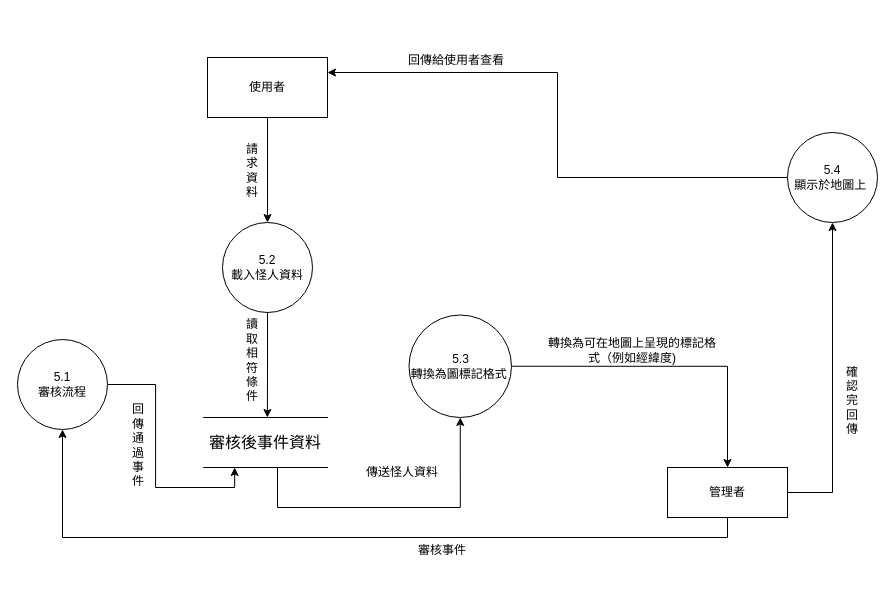
Sum5678/114502_project keeps this draw.io diagram as page "第 1 页" (1 of 4) of 文件/文件類圖/35ex圖五的副本.drawio. Above is the earlier version. Source tidied: cells renumbered, new cells numbered last; positions are measured from the earlier drawing's top-left corner, leaving out a move shared by most shapes. Both pictures are drawn from the tidied source at 100%, with x=0, y=0 at pixel (17, 17).
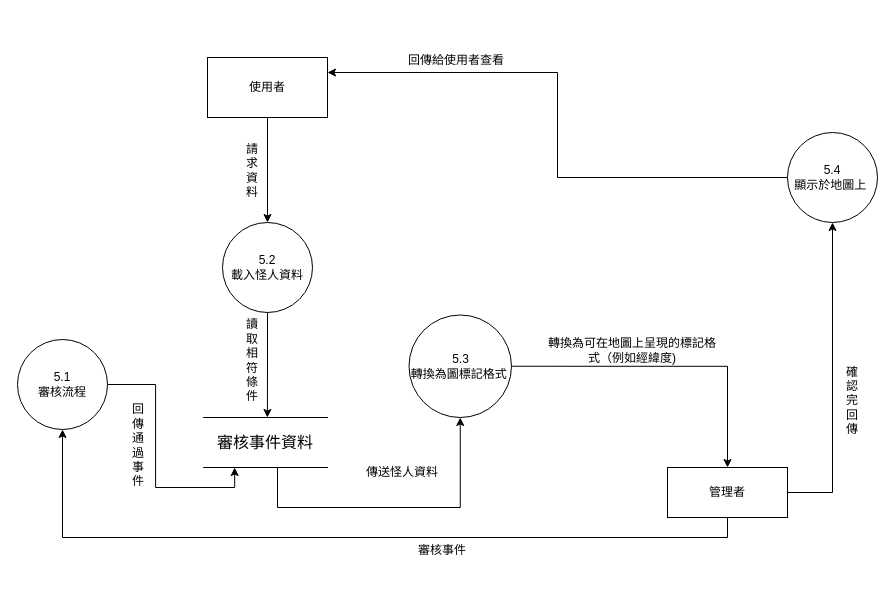
After the change.

Commit message (it also covers changes not shown here):
思璇圖3.0 3.1 drawio檔上傳

Change to the diagram source:
```diff
@@
-    <mxCell id="12" value="&lt;font size=&quot;3&quot;&gt;審核後事件資料&lt;/font&gt;" style="shape=partialRectangle;whiteSpace=wrap;html=1;left=0;right=0;fillColor=none;" parent="1" vertex="1">
+    <mxCell id="12" value="&lt;font size=&quot;3&quot;&gt;審核事件資料&lt;/font&gt;" style="shape=partialRectangle;whiteSpace=wrap;html=1;left=0;right=0;fillColor=none;" parent="1" vertex="1">
       <mxGeometry x="186.2" y="400" width="123.8" height="50" as="geometry" />
     </mxCell>
```
